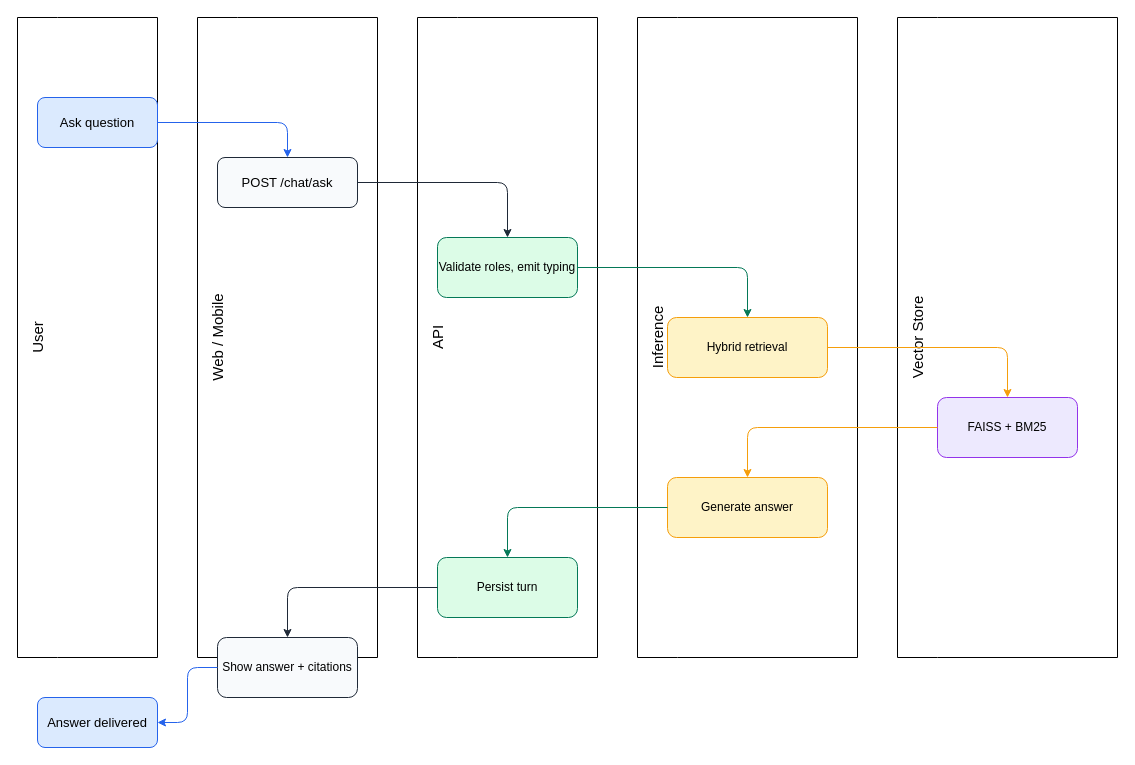
This is docs/diagrams/rag-sequence.drawio from SamAdebisi/Enterprise_Chat_Assistant_with_RAG, a draw.io file, before an edit. Source tidied: cells renumbered, new cells numbered last; positions are measured from the earlier drawing's top-left corner, leaving out a move shared by most shapes. Both pictures are drawn from the tidied source at 100%, with x=0, y=0 at pixel (17, 17).
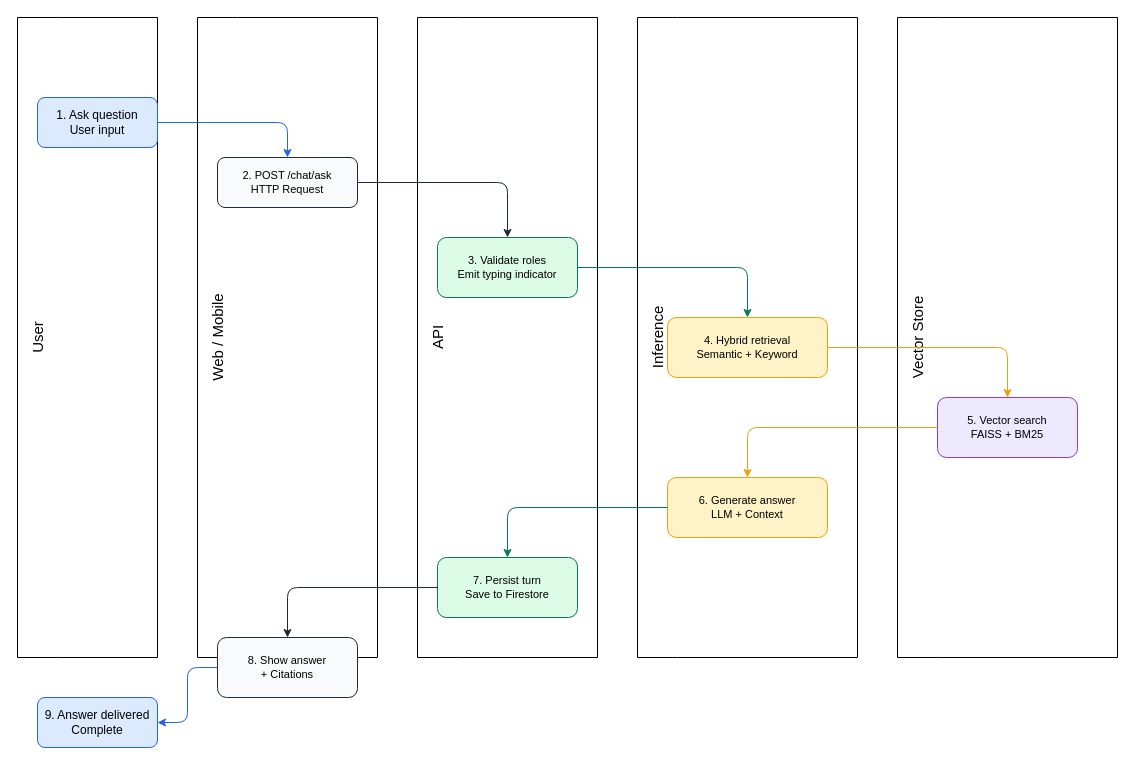
The same diagram, later.

The change refers to these unchanged cells:
```xml
<mxCell id="2" value="User" style="shape=swimlane;swimlaneLine=0;whiteSpace=wrap;html=1;horizontal=0;startSize=40;fontSize=15;" parent="1" vertex="1">
  <mxGeometry width="140" height="640" as="geometry" />
</mxCell>
<mxCell id="3" value="Web / Mobile" style="shape=swimlane;swimlaneLine=0;whiteSpace=wrap;html=1;horizontal=0;startSize=40;fontSize=15;" parent="1" vertex="1">
  <mxGeometry x="180" width="180" height="640" as="geometry" />
</mxCell>
<mxCell id="4" value="API" style="shape=swimlane;swimlaneLine=0;whiteSpace=wrap;html=1;horizontal=0;startSize=40;fontSize=15;" parent="1" vertex="1">
  <mxGeometry x="400" width="180" height="640" as="geometry" />
</mxCell>
<mxCell id="5" value="Inference" style="shape=swimlane;swimlaneLine=0;whiteSpace=wrap;html=1;horizontal=0;startSize=40;fontSize=15;" parent="1" vertex="1">
  <mxGeometry x="620" width="220" height="640" as="geometry" />
</mxCell>
<mxCell id="6" value="Vector Store" style="shape=swimlane;swimlaneLine=0;whiteSpace=wrap;html=1;horizontal=0;startSize=40;fontSize=15;" parent="1" vertex="1">
  <mxGeometry x="880" width="220" height="640" as="geometry" />
</mxCell>
```

Diff of the diagram source:
```diff
@@
-    <mxCell id="7" value="Ask question" style="rounded=1;whiteSpace=wrap;html=1;strokeColor=#2563eb;fillColor=#dbeafe;fontSize=13;" parent="2" vertex="1">
+    <mxCell id="7" value="1. Ask question&#10;User input" style="rounded=1;whiteSpace=wrap;html=1;strokeColor=#2563eb;fillColor=#dbeafe;fontSize=12;align=center;" parent="2" vertex="1">
       <mxGeometry x="20" y="80" width="120" height="50" as="geometry" />
     </mxCell>
-    <mxCell id="8" value="POST /chat/ask" style="rounded=1;whiteSpace=wrap;html=1;strokeColor=#1f2937;fillColor=#f8fafc;fontSize=13;" parent="3" vertex="1">
+    <mxCell id="8" value="2. POST /chat/ask&#10;HTTP Request" style="rounded=1;whiteSpace=wrap;html=1;strokeColor=#1f2937;fillColor=#f8fafc;fontSize=11;align=center;" parent="3" vertex="1">
       <mxGeometry x="20" y="140" width="140" height="50" as="geometry" />
     </mxCell>
-    <mxCell id="9" value="Validate roles, emit typing" style="rounded=1;whiteSpace=wrap;html=1;strokeColor=#047857;fillColor=#dcfce7;fontSize=12;" parent="4" vertex="1">
+    <mxCell id="9" value="3. Validate roles&#10;Emit typing indicator" style="rounded=1;whiteSpace=wrap;html=1;strokeColor=#047857;fillColor=#dcfce7;fontSize=11;align=center;" parent="4" vertex="1">
       <mxGeometry x="20" y="220" width="140" height="60" as="geometry" />
     </mxCell>
-    <mxCell id="10" value="Hybrid retrieval" style="rounded=1;whiteSpace=wrap;html=1;strokeColor=#f59e0b;fillColor=#fef3c7;fontSize=12;" parent="5" vertex="1">
+    <mxCell id="10" value="4. Hybrid retrieval&#10;Semantic + Keyword" style="rounded=1;whiteSpace=wrap;html=1;strokeColor=#f59e0b;fillColor=#fef3c7;fontSize=11;align=center;" parent="5" vertex="1">
       <mxGeometry x="30" y="300" width="160" height="60" as="geometry" />
     </mxCell>
-    <mxCell id="11" value="FAISS + BM25" style="rounded=1;whiteSpace=wrap;html=1;strokeColor=#9333ea;fillColor=#ede9fe;fontSize=12;" parent="6" vertex="1">
+    <mxCell id="11" value="5. Vector search&#10;FAISS + BM25" style="rounded=1;whiteSpace=wrap;html=1;strokeColor=#9333ea;fillColor=#ede9fe;fontSize=11;align=center;" parent="6" vertex="1">
       <mxGeometry x="40" y="380" width="140" height="60" as="geometry" />
     </mxCell>
-    <mxCell id="12" value="Generate answer" style="rounded=1;whiteSpace=wrap;html=1;strokeColor=#f59e0b;fillColor=#fef3c7;fontSize=12;" parent="5" vertex="1">
+    <mxCell id="12" value="6. Generate answer&#10;LLM + Context" style="rounded=1;whiteSpace=wrap;html=1;strokeColor=#f59e0b;fillColor=#fef3c7;fontSize=11;align=center;" parent="5" vertex="1">
       <mxGeometry x="30" y="460" width="160" height="60" as="geometry" />
     </mxCell>
-    <mxCell id="13" value="Persist turn" style="rounded=1;whiteSpace=wrap;html=1;strokeColor=#047857;fillColor=#dcfce7;fontSize=12;" parent="4" vertex="1">
+    <mxCell id="13" value="7. Persist turn&#10;Save to Firestore" style="rounded=1;whiteSpace=wrap;html=1;strokeColor=#047857;fillColor=#dcfce7;fontSize=11;align=center;" parent="4" vertex="1">
       <mxGeometry x="20" y="540" width="140" height="60" as="geometry" />
     </mxCell>
-    <mxCell id="14" value="Show answer + citations" style="rounded=1;whiteSpace=wrap;html=1;strokeColor=#1f2937;fillColor=#f8fafc;fontSize=12;" parent="3" vertex="1">
+    <mxCell id="14" value="8. Show answer&#10;+ Citations" style="rounded=1;whiteSpace=wrap;html=1;strokeColor=#1f2937;fillColor=#f8fafc;fontSize=11;align=center;" parent="3" vertex="1">
       <mxGeometry x="20" y="620" width="140" height="60" as="geometry" />
     </mxCell>
-    <mxCell id="15" value="Answer delivered" style="rounded=1;whiteSpace=wrap;html=1;strokeColor=#2563eb;fillColor=#dbeafe;fontSize=13;" parent="2" vertex="1">
+    <mxCell id="15" value="9. Answer delivered&#10;Complete" style="rounded=1;whiteSpace=wrap;html=1;strokeColor=#2563eb;fillColor=#dbeafe;fontSize=12;align=center;" parent="2" vertex="1">
       <mxGeometry x="20" y="680" width="120" height="50" as="geometry" />
     </mxCell>
```
